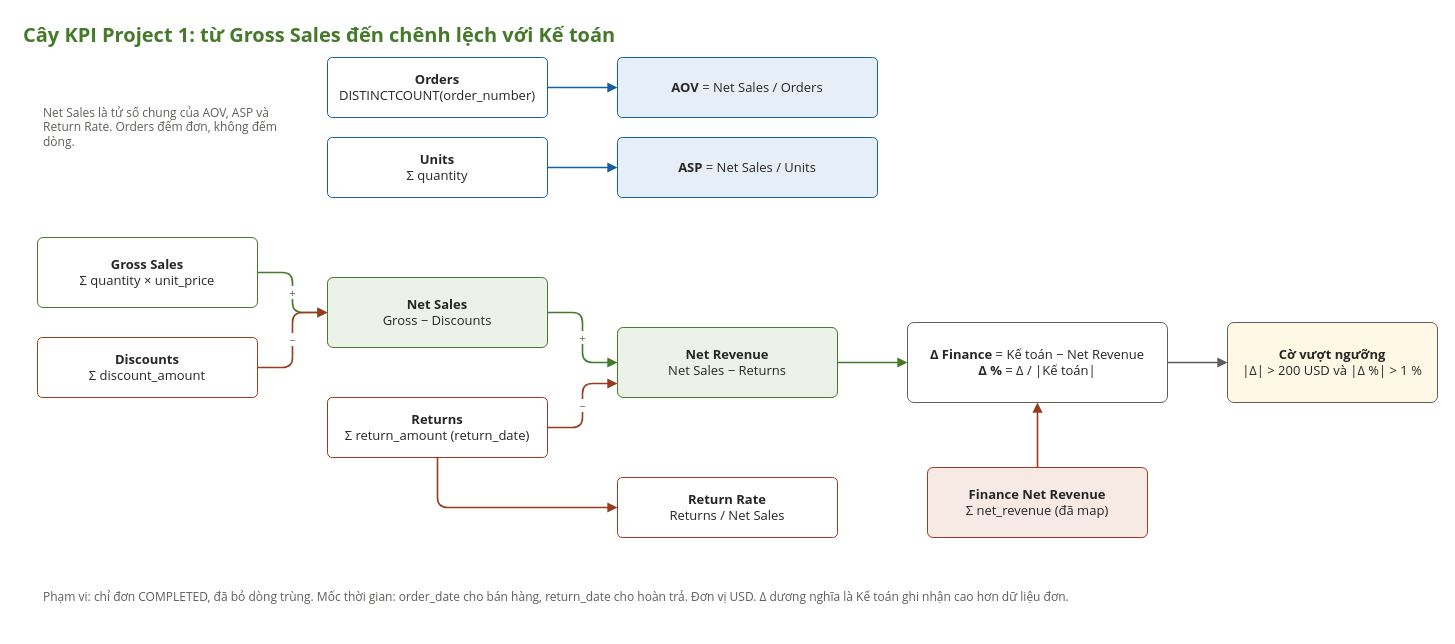
This is Sales/Sales Data/Project 1/diagrams/04_cay_kpi.drawio from nguyennguyenphuc/eDA-Mentor, a draw.io file, before an edit. Source tidied: cells renumbered, new cells numbered last; positions are measured from the earlier drawing's top-left corner, leaving out a move shared by most shapes. Both pictures are drawn from the tidied source at 100%, with x=0, y=0 at pixel (17, 17).
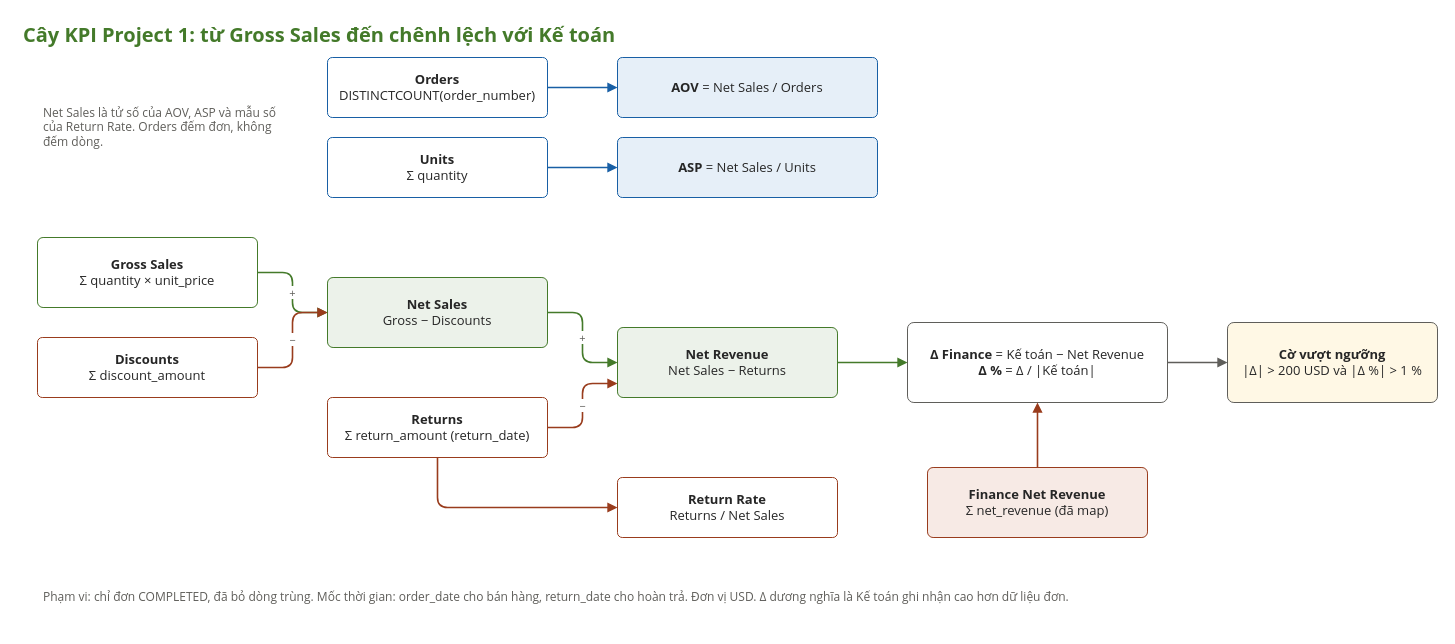
The same diagram, later.

The edit, as a diff of the source:
```diff
@@
-    <mxCell id="26" value="Net Sales là tử số chung của AOV, ASP và Return Rate. Orders đếm đơn, không đếm dòng." style="text;whiteSpace=wrap;html=1;fillColor=none;strokeColor=none;fontColor=#5F5E5A;fontSize=12;fontFamily=Segoe UI;align=left;verticalAlign=middle;spacing=6;" parent="1" vertex="1">
+    <mxCell id="26" value="Net Sales là tử số của AOV, ASP và mẫu số của Return Rate. Orders đếm đơn, không đếm dòng." style="text;whiteSpace=wrap;html=1;fillColor=none;strokeColor=none;fontColor=#5F5E5A;fontSize=12;fontFamily=Segoe UI;align=left;verticalAlign=middle;spacing=6;" parent="1" vertex="1">
       <mxGeometry x="20" y="40" width="260" height="140" as="geometry" />
     </mxCell>
```
